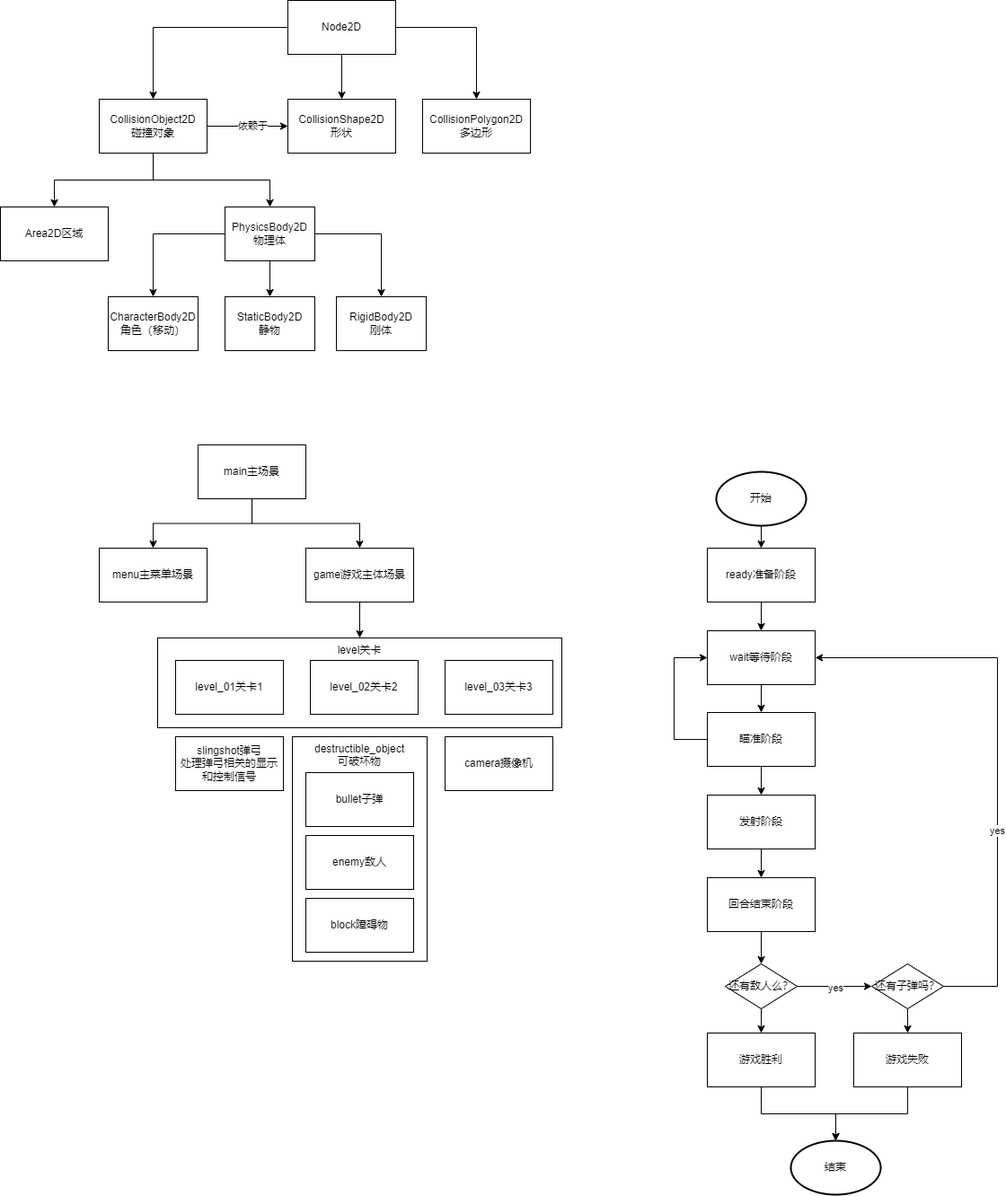
This is docs/CollisionObject2D.drawio.png from Liweimin0512/GodotBounceMasters, a draw.io export, as it was before one commit. Source tidied: cells renumbered, new cells last; positions are measured from the earlier drawing's top-left corner, leaving out a move shared by most shapes.
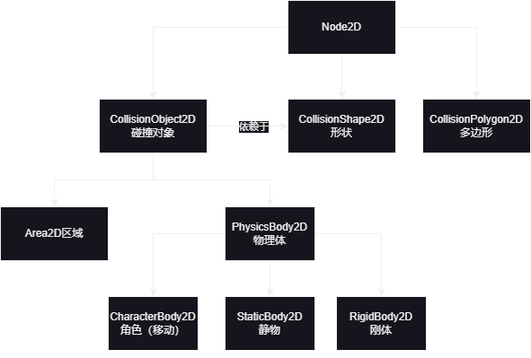
After the commit.

Change to the diagram source:
```diff
@@ -2,12 +2,6 @@
   <root>
     <mxCell id="0" />
     <mxCell id="1" parent="0" />
-    <mxCell id="2" value="destructible_object&lt;br&gt;可破坏物" style="rounded=0;whiteSpace=wrap;html=1;verticalAlign=top;" parent="1" vertex="1">
-      <mxGeometry x="325" y="820" width="150" height="250" as="geometry" />
-    </mxCell>
-    <mxCell id="3" value="level关卡&lt;div style=&quot;text-align: justify;&quot;&gt;&lt;/div&gt;" style="rounded=0;whiteSpace=wrap;html=1;fillColor=none;horizontal=1;verticalAlign=top;" parent="1" vertex="1">
-      <mxGeometry x="175" y="710" width="450" height="100" as="geometry" />
-    </mxCell>
     <mxCell id="4" style="edgeStyle=orthogonalEdgeStyle;rounded=0;jettySize=auto;html=1;" parent="1" edge="1" source="8" target="9">
       <mxGeometry relative="1" as="geometry" />
     </mxCell>
@@ -68,135 +62,5 @@
     <mxCell id="23" value="Node2D" style="whiteSpace=wrap;html=1;align=center;" parent="1" vertex="1">
       <mxGeometry x="320" width="120" height="60" as="geometry" />
     </mxCell>
-    <mxCell id="24" style="edgeStyle=orthogonalEdgeStyle;rounded=0;jettySize=auto;html=1;" parent="1" edge="1" source="26" target="27">
-      <mxGeometry relative="1" as="geometry" />
-    </mxCell>
-    <mxCell id="25" style="edgeStyle=orthogonalEdgeStyle;rounded=0;jettySize=auto;html=1;" parent="1" edge="1" source="26" target="29">
-      <mxGeometry relative="1" as="geometry" />
-    </mxCell>
-    <mxCell id="26" value="main主场景" style="rounded=0;whiteSpace=wrap;html=1;" parent="1" vertex="1">
-      <mxGeometry x="220" y="495" width="120" height="60" as="geometry" />
-    </mxCell>
-    <mxCell id="27" value="menu主菜单场景" style="rounded=0;whiteSpace=wrap;html=1;" parent="1" vertex="1">
-      <mxGeometry x="110" y="610" width="120" height="60" as="geometry" />
-    </mxCell>
-    <mxCell id="28" style="edgeStyle=orthogonalEdgeStyle;rounded=0;jettySize=auto;html=1;entryX=0.5;entryY=0;entryDx=0;entryDy=0;" parent="1" edge="1" source="29" target="3">
-      <mxGeometry relative="1" as="geometry" />
-    </mxCell>
-    <mxCell id="29" value="game游戏主体场景" style="rounded=0;whiteSpace=wrap;html=1;" parent="1" vertex="1">
-      <mxGeometry x="340" y="610" width="120" height="60" as="geometry" />
-    </mxCell>
-    <mxCell id="30" value="level_01关卡1" style="rounded=0;whiteSpace=wrap;html=1;" parent="1" vertex="1">
-      <mxGeometry x="195" y="735" width="120" height="60" as="geometry" />
-    </mxCell>
-    <mxCell id="31" value="level_02关卡2" style="rounded=0;whiteSpace=wrap;html=1;" parent="1" vertex="1">
-      <mxGeometry x="345" y="735" width="120" height="60" as="geometry" />
-    </mxCell>
-    <mxCell id="32" value="level_03关卡3" style="rounded=0;whiteSpace=wrap;html=1;" parent="1" vertex="1">
-      <mxGeometry x="495" y="735" width="120" height="60" as="geometry" />
-    </mxCell>
-    <mxCell id="33" value="camera摄像机" style="rounded=0;whiteSpace=wrap;html=1;" parent="1" vertex="1">
-      <mxGeometry x="495" y="820" width="120" height="60" as="geometry" />
-    </mxCell>
-    <mxCell id="34" value="slingshot弹弓&lt;br&gt;处理弹弓相关的显示和控制信号" style="rounded=0;whiteSpace=wrap;html=1;" parent="1" vertex="1">
-      <mxGeometry x="195" y="820" width="120" height="60" as="geometry" />
-    </mxCell>
-    <mxCell id="35" value="bullet子弹" style="rounded=0;whiteSpace=wrap;html=1;" parent="1" vertex="1">
-      <mxGeometry x="340" y="860" width="120" height="60" as="geometry" />
-    </mxCell>
-    <mxCell id="36" value="enemy敌人" style="rounded=0;whiteSpace=wrap;html=1;" parent="1" vertex="1">
-      <mxGeometry x="340" y="930" width="120" height="60" as="geometry" />
-    </mxCell>
-    <mxCell id="37" value="block障碍物" style="rounded=0;whiteSpace=wrap;html=1;" parent="1" vertex="1">
-      <mxGeometry x="340" y="1000" width="120" height="60" as="geometry" />
-    </mxCell>
-    <mxCell id="38" style="edgeStyle=orthogonalEdgeStyle;rounded=0;jettySize=auto;html=1;entryX=0.5;entryY=0;entryDx=0;entryDy=0;" parent="1" edge="1" source="39" target="41">
-      <mxGeometry relative="1" as="geometry" />
-    </mxCell>
-    <mxCell id="39" value="ready准备阶段" style="rounded=0;whiteSpace=wrap;html=1;" parent="1" vertex="1">
-      <mxGeometry x="787" y="610" width="120" height="60" as="geometry" />
-    </mxCell>
-    <mxCell id="40" style="edgeStyle=orthogonalEdgeStyle;rounded=0;jettySize=auto;html=1;entryX=0.5;entryY=0;entryDx=0;entryDy=0;" parent="1" edge="1" source="41" target="44">
-      <mxGeometry relative="1" as="geometry" />
-    </mxCell>
-    <mxCell id="41" value="wait等待阶段" style="rounded=0;whiteSpace=wrap;html=1;" parent="1" vertex="1">
-      <mxGeometry x="787" y="702" width="120" height="60" as="geometry" />
-    </mxCell>
-    <mxCell id="42" style="edgeStyle=orthogonalEdgeStyle;rounded=0;jettySize=auto;html=1;entryX=0;entryY=0.5;entryDx=0;entryDy=0;" parent="1" edge="1" source="44" target="41">
-      <mxGeometry relative="1" as="geometry">
-        <Array as="points">
-          <mxPoint x="750" y="823" />
-          <mxPoint x="750" y="732" />
-        </Array>
-      </mxGeometry>
-    </mxCell>
-    <mxCell id="43" style="edgeStyle=orthogonalEdgeStyle;rounded=0;jettySize=auto;html=1;entryX=0.5;entryY=0;entryDx=0;entryDy=0;" parent="1" edge="1" source="44" target="46">
-      <mxGeometry relative="1" as="geometry" />
-    </mxCell>
-    <mxCell id="44" value="瞄准阶段" style="rounded=0;whiteSpace=wrap;html=1;" parent="1" vertex="1">
-      <mxGeometry x="787" y="793" width="120" height="60" as="geometry" />
-    </mxCell>
-    <mxCell id="45" style="edgeStyle=orthogonalEdgeStyle;rounded=0;jettySize=auto;html=1;entryX=0.5;entryY=0;entryDx=0;entryDy=0;" parent="1" edge="1" source="46" target="48">
-      <mxGeometry relative="1" as="geometry" />
-    </mxCell>
-    <mxCell id="46" value="发射阶段" style="rounded=0;whiteSpace=wrap;html=1;" parent="1" vertex="1">
-      <mxGeometry x="787" y="885" width="120" height="60" as="geometry" />
-    </mxCell>
-    <mxCell id="47" style="edgeStyle=orthogonalEdgeStyle;rounded=0;jettySize=auto;html=1;entryX=0.5;entryY=0;entryDx=0;entryDy=0;" parent="1" edge="1" source="48" target="58">
-      <mxGeometry relative="1" as="geometry" />
-    </mxCell>
-    <mxCell id="48" value="回合结束阶段" style="rounded=0;whiteSpace=wrap;html=1;" parent="1" vertex="1">
-      <mxGeometry x="787" y="977" width="120" height="60" as="geometry" />
-    </mxCell>
-    <mxCell id="49" style="edgeStyle=orthogonalEdgeStyle;rounded=0;jettySize=auto;html=1;entryX=0.5;entryY=0;entryDx=0;entryDy=0;" parent="1" edge="1" source="52" target="54">
-      <mxGeometry relative="1" as="geometry" />
-    </mxCell>
-    <mxCell id="50" style="edgeStyle=orthogonalEdgeStyle;rounded=0;jettySize=auto;html=1;entryX=1;entryY=0.5;entryDx=0;entryDy=0;" parent="1" edge="1" source="52" target="41">
-      <mxGeometry relative="1" as="geometry">
-        <Array as="points">
-          <mxPoint x="1110" y="1098" />
-          <mxPoint x="1110" y="732" />
-        </Array>
-      </mxGeometry>
-    </mxCell>
-    <mxCell id="51" value="yes" style="edgeLabel;html=1;align=center;verticalAlign=middle;" parent="50" vertex="1">
-      <mxGeometry x="-0.26" relative="1" as="geometry" />
-    </mxCell>
-    <mxCell id="52" value="还有子弹吗？" style="rhombus;whiteSpace=wrap;html=1;rounded=0;" parent="1" vertex="1">
-      <mxGeometry x="970" y="1073" width="80" height="50" as="geometry" />
-    </mxCell>
-    <mxCell id="53" style="edgeStyle=orthogonalEdgeStyle;rounded=0;jettySize=auto;html=1;" parent="1" edge="1" source="54" target="62">
-      <mxGeometry relative="1" as="geometry" />
-    </mxCell>
-    <mxCell id="54" value="游戏失败" style="rounded=0;whiteSpace=wrap;html=1;" parent="1" vertex="1">
-      <mxGeometry x="950" y="1150" width="120" height="60" as="geometry" />
-    </mxCell>
-    <mxCell id="55" style="edgeStyle=orthogonalEdgeStyle;rounded=0;jettySize=auto;html=1;" parent="1" edge="1" source="58" target="59">
-      <mxGeometry relative="1" as="geometry" />
-    </mxCell>
-    <mxCell id="56" style="edgeStyle=orthogonalEdgeStyle;rounded=0;jettySize=auto;html=1;entryX=0;entryY=0.5;entryDx=0;entryDy=0;" parent="1" edge="1" source="58" target="52">
-      <mxGeometry relative="1" as="geometry" />
-    </mxCell>
-    <mxCell id="57" value="yes" style="edgeLabel;html=1;align=center;verticalAlign=middle;" parent="56" vertex="1">
-      <mxGeometry x="0.04" y="-2" relative="1" as="geometry" />
-    </mxCell>
-    <mxCell id="58" value="还有敌人么？" style="rhombus;whiteSpace=wrap;html=1;rounded=0;" parent="1" vertex="1">
-      <mxGeometry x="807" y="1073" width="80" height="50" as="geometry" />
-    </mxCell>
-    <mxCell id="59" value="游戏胜利" style="rounded=0;whiteSpace=wrap;html=1;" parent="1" vertex="1">
-      <mxGeometry x="787" y="1150" width="120" height="60" as="geometry" />
-    </mxCell>
-    <mxCell id="60" style="edgeStyle=orthogonalEdgeStyle;rounded=0;jettySize=auto;html=1;entryX=0.5;entryY=0;entryDx=0;entryDy=0;" parent="1" edge="1" source="61" target="39">
-      <mxGeometry relative="1" as="geometry" />
-    </mxCell>
-    <mxCell id="61" value="开始" style="strokeWidth=2;html=1;shape=mxgraph.flowchart.start_1;whiteSpace=wrap;" parent="1" vertex="1">
-      <mxGeometry x="797" y="525" width="100" height="60" as="geometry" />
-    </mxCell>
-    <mxCell id="62" value="结束" style="strokeWidth=2;html=1;shape=mxgraph.flowchart.start_1;whiteSpace=wrap;" parent="1" vertex="1">
-      <mxGeometry x="880" y="1270" width="100" height="60" as="geometry" />
-    </mxCell>
-    <mxCell id="63" style="edgeStyle=orthogonalEdgeStyle;rounded=0;jettySize=auto;html=1;entryX=0.5;entryY=0;entryDx=0;entryDy=0;entryPerimeter=0;" parent="1" edge="1" source="59" target="62">
-      <mxGeometry relative="1" as="geometry" />
-    </mxCell>
   </root>
 </mxGraphModel>
```
